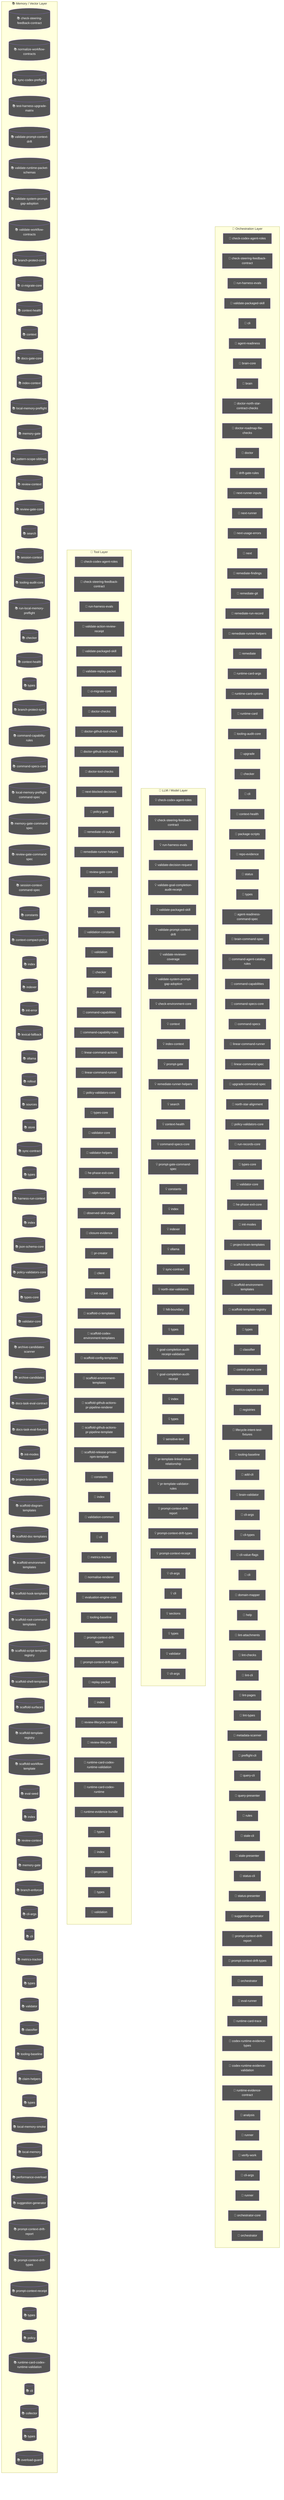
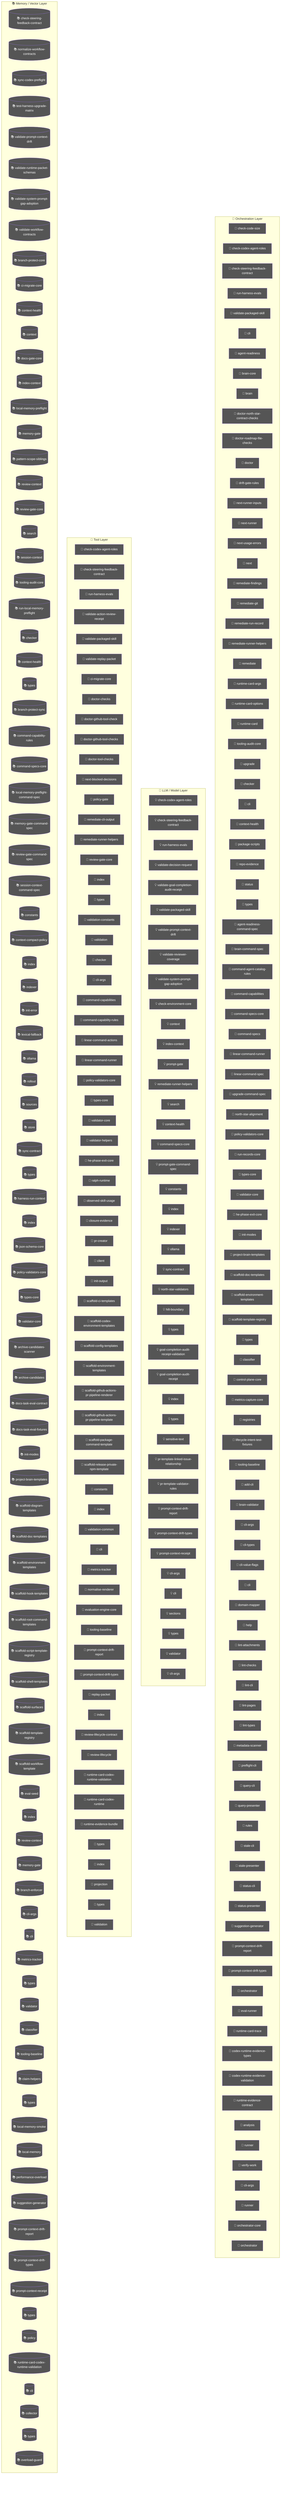
flowchart TD
  subgraph Orchestration["🎯 Orchestration Layer"]
+     check_code_size_9c5efc3a["🤖 check-code-size"]
    node_agent_mmd_orchestration_layer_orchestration_chec_7a9f0b64["🤖 check-codex-agent-roles"]
    node_agent_mmd_orchestration_layer_orchestration_chec_7fd47f5c["🤖 check-steering-feedback-contract"]
    node_agent_mmd_orchestration_layer_orchestration_run__18817957["🤖 run-harness-evals"]
    node_agent_mmd_orchestration_layer_orchestration_vali_c01b04be["🤖 validate-packaged-skill"]
    cli_99bb8840["🤖 cli"]
    agent_readiness_c82c68e6["🤖 agent-readiness"]
    brain_core_aa07c380["🤖 brain-core"]
    brain_bbbf7a64["🤖 brain"]
    doctor_north_star_contract_checks_0048124c["🤖 doctor-north-star-contract-checks"]
    doctor_roadmap_file_checks_14447b8e["🤖 doctor-roadmap-file-checks"]
    doctor_72f4be89["🤖 doctor"]
    drift_gate_rules_9685e72d["🤖 drift-gate-rules"]
    next_runner_inputs_754dba64["🤖 next-runner-inputs"]
    next_runner_41643472["🤖 next-runner"]
    next_usage_errors_837a345a["🤖 next-usage-errors"]
    next_c6c1c9a9["🤖 next"]
    remediate_findings_8b09c8c6["🤖 remediate-findings"]
    remediate_git_58c6f6f4["🤖 remediate-git"]
    remediate_run_record_9dfe5dc1["🤖 remediate-run-record"]
    node_agent_mmd_orchestration_layer_orchestration_reme_359fe98f["🤖 remediate-runner-helpers"]
    remediate_06b9c7fc["🤖 remediate"]
    runtime_card_args_2b3d4b28["🤖 runtime-card-args"]
    runtime_card_options_c9156ad5["🤖 runtime-card-options"]
    runtime_card_e06b53e1["🤖 runtime-card"]
    node_agent_mmd_orchestration_layer_orchestration_tool_acfe0c01["🤖 tooling-audit-core"]
    upgrade_7fef9479["🤖 upgrade"]
    node_agent_mmd_orchestration_layer_orchestration_chec_0550c395["🤖 checker"]
    cli_1_084e05fe["🤖 cli"]
    node_agent_mmd_orchestration_layer_orchestration_cont_61b3b9c9["🤖 context-health"]
    package_scripts_3ee6150f["🤖 package-scripts"]
    repo_evidence_38bb1de5["🤖 repo-evidence"]
    status_073c1634["🤖 status"]
    node_agent_mmd_orchestration_layer_orchestration_type_4f906dcc["🤖 types"]
    agent_readiness_command_spec_a30c2c1e["🤖 agent-readiness-command-spec"]
    brain_command_spec_15b122d5["🤖 brain-command-spec"]
    command_agent_catalog_rules_8e06b2af["🤖 command-agent-catalog-rules"]
    node_agent_mmd_orchestration_layer_orchestration_comm_6e41a7f7["🤖 command-capabilities"]
    node_agent_mmd_orchestration_layer_orchestration_comm_1f8cc24c["🤖 command-specs-core"]
    command_specs_69167c63["🤖 command-specs"]
    node_agent_mmd_orchestration_layer_orchestration_line_b67affd5["🤖 linear-command-runner"]
    linear_command_spec_1e12dd44["🤖 linear-command-spec"]
    upgrade_command_spec_03f6c7bd["🤖 upgrade-command-spec"]
    north_star_alignment_00440188["🤖 north-star-alignment"]
    node_agent_mmd_orchestration_layer_orchestration_poli_3270b55d["🤖 policy-validators-core"]
    run_records_core_89286dfa["🤖 run-records-core"]
    node_agent_mmd_orchestration_layer_orchestration_type_7cf81261["🤖 types-core"]
    node_agent_mmd_orchestration_layer_orchestration_vali_d9fe99e6["🤖 validator-core"]
    node_agent_mmd_orchestration_layer_orchestration_he_p_fc778c24["🤖 he-phase-exit-core"]
    node_agent_mmd_orchestration_layer_orchestration_init_2a9c3ecb["🤖 init-modes"]
    node_agent_mmd_orchestration_layer_orchestration_proj_6ab6f60f["🤖 project-brain-templates"]
    node_agent_mmd_orchestration_layer_orchestration_scaf_12cc07db["🤖 scaffold-doc-templates"]
    node_agent_mmd_orchestration_layer_orchestration_scaf_c9a90c2f["🤖 scaffold-environment-templates"]
    node_agent_mmd_orchestration_layer_orchestration_scaf_ff8f92f6["🤖 scaffold-template-registry"]
    types_16_0fae1112["🤖 types"]
    node_agent_mmd_orchestration_layer_orchestration_clas_899b821a["🤖 classifier"]
    control_plane_core_db3b4cb2["🤖 control-plane-core"]
    metrics_capture_core_db4bf7cf["🤖 metrics-capture-core"]
    registries_06402afa["🤖 registries"]
    lifecycle_intent_test_fixtures_a53c7ada["🤖 lifecycle-intent-test-fixtures"]
    node_agent_mmd_orchestration_layer_orchestration_tool_cc43149f["🤖 tooling-baseline"]
    add_cli_7614de25["🤖 add-cli"]
    brain_validator_be251832["🤖 brain-validator"]
    cli_args_8_d546936e["🤖 cli-args"]
    cli_types_1686e858["🤖 cli-types"]
    cli_value_flags_732a8e43["🤖 cli-value-flags"]
    cli_10_35dc8cbd["🤖 cli"]
    domain_mapper_cd9333d2["🤖 domain-mapper"]
    help_106a5842["🤖 help"]
    lint_attachments_873c0632["🤖 lint-attachments"]
    lint_checks_83522b19["🤖 lint-checks"]
    lint_cli_9ec62ec0["🤖 lint-cli"]
    lint_pages_e33301d0["🤖 lint-pages"]
    lint_types_2862c255["🤖 lint-types"]
    metadata_scanner_6a101b66["🤖 metadata-scanner"]
    preflight_cli_5d148379["🤖 preflight-cli"]
    query_cli_b95be64d["🤖 query-cli"]
    query_presenter_02e6077c["🤖 query-presenter"]
    rules_6c621d1a["🤖 rules"]
    stale_cli_64548720["🤖 stale-cli"]
    stale_presenter_1de4e3a2["🤖 stale-presenter"]
    status_cli_4c24a0d6["🤖 status-cli"]
    status_presenter_8de686c1["🤖 status-presenter"]
    node_agent_mmd_orchestration_layer_orchestration_sugg_85c5ebe3["🤖 suggestion-generator"]
    node_agent_mmd_orchestration_layer_orchestration_prom_d17b4de2["🤖 prompt-context-drift-report"]
    node_agent_mmd_orchestration_layer_orchestration_prom_77088997["🤖 prompt-context-drift-types"]
    orchestrator_11376b7e["🤖 orchestrator"]
    eval_runner_0966a6b3["🤖 eval-runner"]
    runtime_card_trace_64a5ca95["🤖 runtime-card-trace"]
    codex_runtime_evidence_types_f55808dd["🤖 codex-runtime-evidence-types"]
    codex_runtime_evidence_validation_d060a92d["🤖 codex-runtime-evidence-validation"]
    runtime_evidence_contract_0f7b15b2["🤖 runtime-evidence-contract"]
    analysis_f44e85c4["🤖 analysis"]
    runner_527aa9f4["🤖 runner"]
    verify_work_1_cd8e7ec3["🤖 verify-work"]
    cli_args_14_3481043e["🤖 cli-args"]
    runner_1_6f281bf8["🤖 runner"]
    orchestrator_core_d0678b53["🤖 orchestrator-core"]
    orchestrator_1_6b7137c5["🤖 orchestrator"]
  end
  subgraph LLMLayer["🧠 LLM / Model Layer"]
    node_agent_mmd_llm_model_layer_llmlayer_check_codex_a_29e7b7fa["💡 check-codex-agent-roles"]
    node_agent_mmd_llm_model_layer_llmlayer_check_steerin_0e1bf90d["💡 check-steering-feedback-contract"]
    node_agent_mmd_llm_model_layer_llmlayer_run_harness_e_603fcfdc["💡 run-harness-evals"]
    validate_decision_request_2e5c325e["💡 validate-decision-request"]
    validate_goal_completion_audit_receipt_100d252c["💡 validate-goal-completion-audit-receipt"]
    node_agent_mmd_llm_model_layer_llmlayer_validate_pack_2a12e1f4["💡 validate-packaged-skill"]
    node_agent_mmd_llm_model_layer_llmlayer_validate_prom_9880f764["💡 validate-prompt-context-drift"]
    validate_reviewer_coverage_251efee3["💡 validate-reviewer-coverage"]
    node_agent_mmd_llm_model_layer_llmlayer_validate_syst_5636156e["💡 validate-system-prompt-gap-adoption"]
    check_environment_core_2c16213f["💡 check-environment-core"]
    node_agent_mmd_llm_model_layer_llmlayer_context_conte_ad2dfbd9["💡 context"]
    node_agent_mmd_llm_model_layer_llmlayer_index_context_1041bd11["💡 index-context"]
    prompt_gate_c5e9d207["💡 prompt-gate"]
    node_agent_mmd_llm_model_layer_llmlayer_remediate_run_9e3d4585["💡 remediate-runner-helpers"]
    node_agent_mmd_llm_model_layer_llmlayer_search_search_66b9a911["💡 search"]
    node_agent_mmd_llm_model_layer_llmlayer_context_healt_cfc0bfa8["💡 context-health"]
    node_agent_mmd_llm_model_layer_llmlayer_command_specs_782af9fa["💡 command-specs-core"]
    prompt_gate_command_spec_9a941482["💡 prompt-gate-command-spec"]
    node_agent_mmd_llm_model_layer_llmlayer_constants_con_c9bd3f6c["💡 constants"]
    node_agent_mmd_llm_model_layer_llmlayer_index_index_1_02e160ff["💡 index"]
    node_agent_mmd_llm_model_layer_llmlayer_indexer_index_4f4deef5["💡 indexer"]
    node_agent_mmd_llm_model_layer_llmlayer_ollama_ollama_968b23fa["💡 ollama"]
    node_agent_mmd_llm_model_layer_llmlayer_sync_contract_9f3cc8c1["💡 sync-contract"]
    north_star_validators_cfc926ce["💡 north-star-validators"]
    hilt_boundary_9b36fb15["💡 hilt-boundary"]
    types_10_75e5a4a0["💡 types"]
    goal_completion_audit_receipt_validation_9d0f4891["💡 goal-completion-audit-receipt-validation"]
    goal_completion_audit_receipt_5e4939c3["💡 goal-completion-audit-receipt"]
    index_5_522f772a["💡 index"]
    node_agent_mmd_llm_model_layer_llmlayer_constants_con_c9bd3f6c["💡 constants"]
    types_17_ed30531c["💡 types"]
    sensitive_text_7c11f760["💡 sensitive-text"]
    pr_template_linked_issue_relationship_a7b61f2c["💡 pr-template-linked-issue-relationship"]
    pr_template_validator_rules_20a32d6b["💡 pr-template-validator-rules"]
    node_agent_mmd_llm_model_layer_llmlayer_index_index_1_02e160ff["💡 index"]
    node_agent_mmd_llm_model_layer_llmlayer_prompt_contex_81f9066a["💡 prompt-context-drift-report"]
    node_agent_mmd_llm_model_layer_llmlayer_prompt_contex_e5066b88["💡 prompt-context-drift-types"]
    node_agent_mmd_llm_model_layer_llmlayer_index_index_1_02e160ff["💡 index"]
    node_agent_mmd_llm_model_layer_llmlayer_prompt_contex_6426acc2["💡 prompt-context-receipt"]
    cli_args_9_9c136878["💡 cli-args"]
    cli_11_338a8415["💡 cli"]
    sections_4697ef32["💡 sections"]
    types_27_4d134744["💡 types"]
    validator_7_f836eb0e["💡 validator"]
    cli_args_10_861cdd3f["💡 cli-args"]
  end
  subgraph ToolLayer["🔧 Tool Layer"]
    node_agent_mmd_tool_layer_toollayer_check_codex_agent_4b361d5a["🔧 check-codex-agent-roles"]
    node_agent_mmd_tool_layer_toollayer_check_steering_fe_eafecf3a["🔧 check-steering-feedback-contract"]
    node_agent_mmd_tool_layer_toollayer_run_harness_evals_e2ee24f1["🔧 run-harness-evals"]
    validate_action_review_receipt_fa2f06c3["🔧 validate-action-review-receipt"]
    node_agent_mmd_tool_layer_toollayer_validate_packaged_2855c827["🔧 validate-packaged-skill"]
    validate_replay_packet_f309747e["🔧 validate-replay-packet"]
    node_agent_mmd_tool_layer_toollayer_ci_migrate_core_c_049f8460["🔧 ci-migrate-core"]
    doctor_checks_5a2eb2b9["🔧 doctor-checks"]
    doctor_github_tool_check_e0a938df["🔧 doctor-github-tool-check"]
    doctor_github_tool_checks_a53b0382["🔧 doctor-github-tool-checks"]
    doctor_tool_checks_4acac51a["🔧 doctor-tool-checks"]
    next_blocked_decisions_4140ad2b["🔧 next-blocked-decisions"]
    policy_gate_213f7313["🔧 policy-gate"]
    remediate_cli_output_cc165396["🔧 remediate-cli-output"]
    node_agent_mmd_tool_layer_toollayer_remediate_runner__c003b871["🔧 remediate-runner-helpers"]
    node_agent_mmd_tool_layer_toollayer_review_gate_core__7704598b["🔧 review-gate-core"]
    index_1bc04b52["🔧 index"]
    types_1_4ecdf56e["🔧 types"]
    validation_constants_e002a0f6["🔧 validation-constants"]
    validation_98c41dcd["🔧 validation"]
    node_agent_mmd_tool_layer_toollayer_checker_checker_2_453d593b["🔧 checker"]
    cli_args_1_6144b055["🔧 cli-args"]
    node_agent_mmd_tool_layer_toollayer_command_capabilit_7fe13db1["🔧 command-capabilities"]
    node_agent_mmd_tool_layer_toollayer_command_capabilit_e97a4615["🔧 command-capability-rules"]
    linear_command_actions_e430f4f4["🔧 linear-command-actions"]
    node_agent_mmd_tool_layer_toollayer_linear_command_ru_d6763748["🔧 linear-command-runner"]
    node_agent_mmd_tool_layer_toollayer_policy_validators_af136abf["🔧 policy-validators-core"]
    node_agent_mmd_tool_layer_toollayer_types_core_types__6c8319b6["🔧 types-core"]
    node_agent_mmd_tool_layer_toollayer_validator_core_va_6ef6131f["🔧 validator-core"]
    validator_helpers_7b927667["🔧 validator-helpers"]
    node_agent_mmd_tool_layer_toollayer_he_phase_exit_cor_af016160["🔧 he-phase-exit-core"]
    ralph_runtime_73d63c0e["🔧 ralph-runtime"]
    observed_skill_usage_ed7d5930["🔧 observed-skill-usage"]
    closure_evidence_aaa31467["🔧 closure-evidence"]
    pr_creator_dc6b1ea4["🔧 pr-creator"]
    client_948fe603["🔧 client"]
    init_output_360dce91["🔧 init-output"]
    scaffold_ci_templates_2afd6392["🔧 scaffold-ci-templates"]
    scaffold_codex_environment_templates_334fbbed["🔧 scaffold-codex-environment-templates"]
    scaffold_config_templates_4b80ce53["🔧 scaffold-config-templates"]
    node_agent_mmd_tool_layer_toollayer_scaffold_environm_c1afc013["🔧 scaffold-environment-templates"]
    scaffold_github_actions_pr_pipeline_renderer_1ee18de5["🔧 scaffold-github-actions-pr-pipeline-renderer"]
    scaffold_github_actions_pr_pipeline_template_e2b85f62["🔧 scaffold-github-actions-pr-pipeline-template"]
+     scaffold_package_command_template_80e32e83["🔧 scaffold-package-command-template"]
    scaffold_release_private_npm_template_075499f8["🔧 scaffold-release-private-npm-template"]
    node_agent_mmd_tool_layer_toollayer_constants_constan_9d71b829["🔧 constants"]
    index_9_32dd4d91["🔧 index"]
    validation_common_6161e48b["🔧 validation-common"]
    node_agent_mmd_tool_layer_toollayer_cli_cli_2_1_32d9eeaf["🔧 cli"]
    node_agent_mmd_tool_layer_toollayer_metrics_tracker_m_4c9237d8["🔧 metrics-tracker"]
    normalise_renderer_85f2e563["🔧 normalise-renderer"]
    evaluation_engine_core_e054fe49["🔧 evaluation-engine-core"]
    node_agent_mmd_tool_layer_toollayer_tooling_baseline__61e66e9f["🔧 tooling-baseline"]
    node_agent_mmd_tool_layer_toollayer_prompt_context_dr_a2772f2b["🔧 prompt-context-drift-report"]
    node_agent_mmd_tool_layer_toollayer_prompt_context_dr_bd82da46["🔧 prompt-context-drift-types"]
    replay_packet_a1293f88["🔧 replay-packet"]
    index_14_d982116c["🔧 index"]
    review_lifecycle_contract_e5447221["🔧 review-lifecycle-contract"]
    review_lifecycle_89afa64c["🔧 review-lifecycle"]
    node_agent_mmd_tool_layer_toollayer_runtime_card_code_3636ceac["🔧 runtime-card-codex-runtime-validation"]
    runtime_card_codex_runtime_0655e230["🔧 runtime-card-codex-runtime"]
    runtime_evidence_bundle_d471a232["🔧 runtime-evidence-bundle"]
    types_36_674380ec["🔧 types"]
    index_17_642943a2["🔧 index"]
    projection_1b250ea1["🔧 projection"]
    types_38_e8efcd57["🔧 types"]
    validation_7_c4e6d8b6["🔧 validation"]
  end
  subgraph MemoryLayer["📚 Memory / Vector Layer"]
    node_agent_mmd_memory_vector_layer_memorylayer_check__64c86928[("📚 check-steering-feedback-contract")]
    normalize_workflow_contracts_8701f1c8[("📚 normalize-workflow-contracts")]
    sync_codex_preflight_7e7a8dc2[("📚 sync-codex-preflight")]
    test_harness_upgrade_matrix_84113c4e[("📚 test-harness-upgrade-matrix")]
    node_agent_mmd_memory_vector_layer_memorylayer_valida_c52c4db8[("📚 validate-prompt-context-drift")]
    validate_runtime_packet_schemas_bc3ba8ec[("📚 validate-runtime-packet-schemas")]
    node_agent_mmd_memory_vector_layer_memorylayer_valida_db599a97[("📚 validate-system-prompt-gap-adoption")]
    validate_workflow_contracts_33dc063c[("📚 validate-workflow-contracts")]
    branch_protect_core_a8feb0fd[("📚 branch-protect-core")]
    node_agent_mmd_memory_vector_layer_memorylayer_ci_mig_0cd5b1a4[("📚 ci-migrate-core")]
    context_health_80bb7da9[("📚 context-health")]
    node_agent_mmd_memory_vector_layer_memorylayer_contex_78ceaaa9[("📚 context")]
    docs_gate_core_eb9b6c18[("📚 docs-gate-core")]
    node_agent_mmd_memory_vector_layer_memorylayer_index__6f3402d0[("📚 index-context")]
    local_memory_preflight_dcc36c42[("📚 local-memory-preflight")]
    memory_gate_a577a506[("📚 memory-gate")]
    pattern_scope_siblings_43abe000[("📚 pattern-scope-siblings")]
    review_context_ca6cf81d[("📚 review-context")]
    node_agent_mmd_memory_vector_layer_memorylayer_review_5bee9816[("📚 review-gate-core")]
    node_agent_mmd_memory_vector_layer_memorylayer_search_ac35cb7e[("📚 search")]
    session_context_e5ec72c0[("📚 session-context")]
    node_agent_mmd_memory_vector_layer_memorylayer_toolin_a1185b8f[("📚 tooling-audit-core")]
    run_local_memory_preflight_36e92808[("📚 run-local-memory-preflight")]
    node_agent_mmd_memory_vector_layer_memorylayer_checke_a583eb4f[("📚 checker")]
    node_agent_mmd_memory_vector_layer_memorylayer_contex_3204aa0e[("📚 context-health")]
    node_agent_mmd_memory_vector_layer_memorylayer_types__9ad640a0[("📚 types")]
    branch_protect_sync_570adb18[("📚 branch-protect-sync")]
    node_agent_mmd_memory_vector_layer_memorylayer_comman_c72a5d05[("📚 command-capability-rules")]
    node_agent_mmd_memory_vector_layer_memorylayer_comman_111eb454[("📚 command-specs-core")]
    local_memory_preflight_command_spec_9e23f3ce[("📚 local-memory-preflight-command-spec")]
    memory_gate_command_spec_dc9001a9[("📚 memory-gate-command-spec")]
    review_gate_command_spec_3187376a[("📚 review-gate-command-spec")]
    session_context_command_spec_973afbb1[("📚 session-context-command-spec")]
    node_agent_mmd_memory_vector_layer_memorylayer_consta_702d3f46[("📚 constants")]
    context_compact_policy_3dcaf95d[("📚 context-compact-policy")]
    node_agent_mmd_memory_vector_layer_memorylayer_index__752bc61e[("📚 index")]
    node_agent_mmd_memory_vector_layer_memorylayer_indexe_93e6d86f[("📚 indexer")]
    init_error_5c7dd49f[("📚 init-error")]
    lexical_fallback_723e2b3e[("📚 lexical-fallback")]
    node_agent_mmd_memory_vector_layer_memorylayer_ollama_6d51be16[("📚 ollama")]
    rollout_a4fa034c[("📚 rollout")]
    sources_878a52fc[("📚 sources")]
    store_824d80d7[("📚 store")]
    node_agent_mmd_memory_vector_layer_memorylayer_sync_c_e43418bc[("📚 sync-contract")]
    types_8_f6283648[("📚 types")]
    harness_run_context_ac7c77a9[("📚 harness-run-context")]
    index_4_013aa0e3[("📚 index")]
    json_schema_core_96d7e328[("📚 json-schema-core")]
    node_agent_mmd_memory_vector_layer_memorylayer_policy_1944de42[("📚 policy-validators-core")]
    node_agent_mmd_memory_vector_layer_memorylayer_types__83f369fa[("📚 types-core")]
    node_agent_mmd_memory_vector_layer_memorylayer_valida_41034356[("📚 validator-core")]
    archive_candidates_scanner_d0931789[("📚 archive-candidates-scanner")]
    archive_candidates_dc0e40e1[("📚 archive-candidates")]
    docs_task_eval_contract_79347457[("📚 docs-task-eval-contract")]
    docs_task_eval_fixtures_44902755[("📚 docs-task-eval-fixtures")]
    node_agent_mmd_memory_vector_layer_memorylayer_init_m_333d02c5[("📚 init-modes")]
    node_agent_mmd_memory_vector_layer_memorylayer_projec_3ae304d9[("📚 project-brain-templates")]
    scaffold_diagram_templates_dd88e83c[("📚 scaffold-diagram-templates")]
    node_agent_mmd_memory_vector_layer_memorylayer_scaffo_5fd73b94[("📚 scaffold-doc-templates")]
    node_agent_mmd_memory_vector_layer_memorylayer_scaffo_12b42341[("📚 scaffold-environment-templates")]
    scaffold_hook_templates_8c74ab50[("📚 scaffold-hook-templates")]
    scaffold_root_command_templates_404fed7f[("📚 scaffold-root-command-templates")]
    scaffold_script_template_registry_69312d4e[("📚 scaffold-script-template-registry")]
    scaffold_shell_templates_0ad0f915[("📚 scaffold-shell-templates")]
    scaffold_surfaces_12d6494e[("📚 scaffold-surfaces")]
    node_agent_mmd_memory_vector_layer_memorylayer_scaffo_a86eece1[("📚 scaffold-template-registry")]
    scaffold_workflow_template_92310587[("📚 scaffold-workflow-template")]
    eval_seed_5699fd3e[("📚 eval-seed")]
    index_10_f6785a46[("📚 index")]
    review_context_1_e3afed15[("📚 review-context")]
    memory_gate_1_265164ac[("📚 memory-gate")]
    branch_enforcer_acb749cd[("📚 branch-enforcer")]
    cli_args_5_09ea29f0[("📚 cli-args")]
    node_agent_mmd_memory_vector_layer_memorylayer_cli_cl_1f1f89ab[("📚 cli")]
    node_agent_mmd_memory_vector_layer_memorylayer_metric_12562178[("📚 metrics-tracker")]
    types_19_eb4ad5f0[("📚 types")]
    validator_5_b19ac2be[("📚 validator")]
    node_agent_mmd_memory_vector_layer_memorylayer_classi_1ebbf5ff[("📚 classifier")]
    node_agent_mmd_memory_vector_layer_memorylayer_toolin_14f86b00[("📚 tooling-baseline")]
    claim_helpers_20dc8387[("📚 claim-helpers")]
    types_24_c63dc1a7[("📚 types")]
    local_memory_smoke_1175abfc[("📚 local-memory-smoke")]
    local_memory_0db17ecc[("📚 local-memory")]
    performance_overload_c685bfcf[("📚 performance-overload")]
    node_agent_mmd_memory_vector_layer_memorylayer_sugges_267f408d[("📚 suggestion-generator")]
    node_agent_mmd_memory_vector_layer_memorylayer_index__752bc61e[("📚 index")]
    node_agent_mmd_memory_vector_layer_memorylayer_prompt_ae34fc43[("📚 prompt-context-drift-report")]
    node_agent_mmd_memory_vector_layer_memorylayer_prompt_efd77624[("📚 prompt-context-drift-types")]
    node_agent_mmd_memory_vector_layer_memorylayer_index__752bc61e[("📚 index")]
    node_agent_mmd_memory_vector_layer_memorylayer_prompt_55c0d605[("📚 prompt-context-receipt")]
    types_31_eb363e20[("📚 types")]
    policy_1_fc4198db[("📚 policy")]
    node_agent_mmd_memory_vector_layer_memorylayer_runtim_a5d23e7f[("📚 runtime-card-codex-runtime-validation")]
    cli_12_01c06c37[("📚 cli")]
    collector_0736fd5b[("📚 collector")]
    types_34_85e6a0bb[("📚 types")]
    overload_guard_2748c559[("📚 overload-guard")]
  end
  classDef agentNode fill:#555,color:#fff
-   class node_agent_mmd_orchestration_layer_orchestration_chec_7a9f0b64,node_agent_mmd_llm_model_layer_llmlayer_check_codex_a_29e7b7fa,node_agent_mmd_tool_layer_toollayer_check_codex_agent_4b361d5a,node_agent_mmd_orchestration_layer_orchestration_chec_7fd47f5c,node_agent_mmd_llm_model_layer_llmlayer_check_steerin_0e1bf90d,node_agent_mmd_tool_layer_toollayer_check_steering_fe_eafecf3a,node_agent_mmd_memory_vector_layer_memorylayer_check__64c86928,node_agent_mmd_orchestration_layer_orchestration_run__18817957,node_agent_mmd_llm_model_layer_llmlayer_run_harness_e_603fcfdc,node_agent_mmd_tool_layer_toollayer_run_harness_evals_e2ee24f1,node_agent_mmd_orchestration_layer_orchestration_vali_c01b04be,node_agent_mmd_llm_model_layer_llmlayer_validate_pack_2a12e1f4,node_agent_mmd_tool_layer_toollayer_validate_packaged_2855c827,cli_99bb8840,agent_readiness_c82c68e6,brain_core_aa07c380,brain_bbbf7a64,doctor_north_star_contract_checks_0048124c,doctor_roadmap_file_checks_14447b8e,doctor_72f4be89,drift_gate_rules_9685e72d,next_runner_inputs_754dba64,next_runner_41643472,next_usage_errors_837a345a,next_c6c1c9a9,remediate_findings_8b09c8c6,remediate_git_58c6f6f4,remediate_run_record_9dfe5dc1,node_agent_mmd_orchestration_layer_orchestration_reme_359fe98f,node_agent_mmd_llm_model_layer_llmlayer_remediate_run_9e3d4585,node_agent_mmd_tool_layer_toollayer_remediate_runner__c003b871,remediate_06b9c7fc,runtime_card_args_2b3d4b28,runtime_card_options_c9156ad5,runtime_card_e06b53e1,node_agent_mmd_orchestration_layer_orchestration_tool_acfe0c01,node_agent_mmd_memory_vector_layer_memorylayer_toolin_a1185b8f,upgrade_7fef9479,node_agent_mmd_orchestration_layer_orchestration_chec_0550c395,node_agent_mmd_tool_layer_toollayer_checker_checker_2_453d593b,node_agent_mmd_memory_vector_layer_memorylayer_checke_a583eb4f,cli_1_084e05fe,node_agent_mmd_orchestration_layer_orchestration_cont_61b3b9c9,node_agent_mmd_llm_model_layer_llmlayer_context_healt_cfc0bfa8,node_agent_mmd_memory_vector_layer_memorylayer_contex_3204aa0e,package_scripts_3ee6150f,repo_evidence_38bb1de5,status_073c1634,node_agent_mmd_orchestration_layer_orchestration_type_4f906dcc,node_agent_mmd_memory_vector_layer_memorylayer_types__9ad640a0,agent_readiness_command_spec_a30c2c1e,brain_command_spec_15b122d5,command_agent_catalog_rules_8e06b2af,node_agent_mmd_orchestration_layer_orchestration_comm_6e41a7f7,node_agent_mmd_tool_layer_toollayer_command_capabilit_7fe13db1,node_agent_mmd_orchestration_layer_orchestration_comm_1f8cc24c,node_agent_mmd_llm_model_layer_llmlayer_command_specs_782af9fa,node_agent_mmd_memory_vector_layer_memorylayer_comman_111eb454,command_specs_69167c63,node_agent_mmd_orchestration_layer_orchestration_line_b67affd5,node_agent_mmd_tool_layer_toollayer_linear_command_ru_d6763748,linear_command_spec_1e12dd44,upgrade_command_spec_03f6c7bd,north_star_alignment_00440188,node_agent_mmd_orchestration_layer_orchestration_poli_3270b55d,node_agent_mmd_tool_layer_toollayer_policy_validators_af136abf,node_agent_mmd_memory_vector_layer_memorylayer_policy_1944de42,run_records_core_89286dfa,node_agent_mmd_orchestration_layer_orchestration_type_7cf81261,node_agent_mmd_tool_layer_toollayer_types_core_types__6c8319b6,node_agent_mmd_memory_vector_layer_memorylayer_types__83f369fa,node_agent_mmd_orchestration_layer_orchestration_vali_d9fe99e6,node_agent_mmd_tool_layer_toollayer_validator_core_va_6ef6131f,node_agent_mmd_memory_vector_layer_memorylayer_valida_41034356,node_agent_mmd_orchestration_layer_orchestration_he_p_fc778c24,node_agent_mmd_tool_layer_toollayer_he_phase_exit_cor_af016160,node_agent_mmd_orchestration_layer_orchestration_init_2a9c3ecb,node_agent_mmd_memory_vector_layer_memorylayer_init_m_333d02c5,node_agent_mmd_orchestration_layer_orchestration_proj_6ab6f60f,node_agent_mmd_memory_vector_layer_memorylayer_projec_3ae304d9,node_agent_mmd_orchestration_layer_orchestration_scaf_12cc07db,node_agent_mmd_memory_vector_layer_memorylayer_scaffo_5fd73b94,node_agent_mmd_orchestration_layer_orchestration_scaf_c9a90c2f,node_agent_mmd_tool_layer_toollayer_scaffold_environm_c1afc013,node_agent_mmd_memory_vector_layer_memorylayer_scaffo_12b42341,node_agent_mmd_orchestration_layer_orchestration_scaf_ff8f92f6,node_agent_mmd_memory_vector_layer_memorylayer_scaffo_a86eece1,types_16_0fae1112,node_agent_mmd_orchestration_layer_orchestration_clas_899b821a,node_agent_mmd_memory_vector_layer_memorylayer_classi_1ebbf5ff,control_plane_core_db3b4cb2,metrics_capture_core_db4bf7cf,registries_06402afa,lifecycle_intent_test_fixtures_a53c7ada,node_agent_mmd_orchestration_layer_orchestration_tool_cc43149f,node_agent_mmd_tool_layer_toollayer_tooling_baseline__61e66e9f,node_agent_mmd_memory_vector_layer_memorylayer_toolin_14f86b00,add_cli_7614de25,brain_validator_be251832,cli_args_8_d546936e,cli_types_1686e858,cli_value_flags_732a8e43,cli_10_35dc8cbd,domain_mapper_cd9333d2,help_106a5842,lint_attachments_873c0632,lint_checks_83522b19,lint_cli_9ec62ec0,lint_pages_e33301d0,lint_types_2862c255,metadata_scanner_6a101b66,preflight_cli_5d148379,query_cli_b95be64d,query_presenter_02e6077c,rules_6c621d1a,stale_cli_64548720,stale_presenter_1de4e3a2,status_cli_4c24a0d6,status_presenter_8de686c1,node_agent_mmd_orchestration_layer_orchestration_sugg_85c5ebe3,node_agent_mmd_memory_vector_layer_memorylayer_sugges_267f408d,node_agent_mmd_orchestration_layer_orchestration_prom_d17b4de2,node_agent_mmd_llm_model_layer_llmlayer_prompt_contex_81f9066a,node_agent_mmd_tool_layer_toollayer_prompt_context_dr_a2772f2b,node_agent_mmd_memory_vector_layer_memorylayer_prompt_ae34fc43,node_agent_mmd_orchestration_layer_orchestration_prom_77088997,node_agent_mmd_llm_model_layer_llmlayer_prompt_contex_e5066b88,node_agent_mmd_tool_layer_toollayer_prompt_context_dr_bd82da46,node_agent_mmd_memory_vector_layer_memorylayer_prompt_efd77624,orchestrator_11376b7e,eval_runner_0966a6b3,runtime_card_trace_64a5ca95,codex_runtime_evidence_types_f55808dd,codex_runtime_evidence_validation_d060a92d,runtime_evidence_contract_0f7b15b2,analysis_f44e85c4,runner_527aa9f4,verify_work_1_cd8e7ec3,cli_args_14_3481043e,runner_1_6f281bf8,orchestrator_core_d0678b53,orchestrator_1_6b7137c5 agentNode
+   class check_code_size_9c5efc3a,node_agent_mmd_orchestration_layer_orchestration_chec_7a9f0b64,node_agent_mmd_llm_model_layer_llmlayer_check_codex_a_29e7b7fa,node_agent_mmd_tool_layer_toollayer_check_codex_agent_4b361d5a,node_agent_mmd_orchestration_layer_orchestration_chec_7fd47f5c,node_agent_mmd_llm_model_layer_llmlayer_check_steerin_0e1bf90d,node_agent_mmd_tool_layer_toollayer_check_steering_fe_eafecf3a,node_agent_mmd_memory_vector_layer_memorylayer_check__64c86928,node_agent_mmd_orchestration_layer_orchestration_run__18817957,node_agent_mmd_llm_model_layer_llmlayer_run_harness_e_603fcfdc,node_agent_mmd_tool_layer_toollayer_run_harness_evals_e2ee24f1,node_agent_mmd_orchestration_layer_orchestration_vali_c01b04be,node_agent_mmd_llm_model_layer_llmlayer_validate_pack_2a12e1f4,node_agent_mmd_tool_layer_toollayer_validate_packaged_2855c827,cli_99bb8840,agent_readiness_c82c68e6,brain_core_aa07c380,brain_bbbf7a64,doctor_north_star_contract_checks_0048124c,doctor_roadmap_file_checks_14447b8e,doctor_72f4be89,drift_gate_rules_9685e72d,next_runner_inputs_754dba64,next_runner_41643472,next_usage_errors_837a345a,next_c6c1c9a9,remediate_findings_8b09c8c6,remediate_git_58c6f6f4,remediate_run_record_9dfe5dc1,node_agent_mmd_orchestration_layer_orchestration_reme_359fe98f,node_agent_mmd_llm_model_layer_llmlayer_remediate_run_9e3d4585,node_agent_mmd_tool_layer_toollayer_remediate_runner__c003b871,remediate_06b9c7fc,runtime_card_args_2b3d4b28,runtime_card_options_c9156ad5,runtime_card_e06b53e1,node_agent_mmd_orchestration_layer_orchestration_tool_acfe0c01,node_agent_mmd_memory_vector_layer_memorylayer_toolin_a1185b8f,upgrade_7fef9479,node_agent_mmd_orchestration_layer_orchestration_chec_0550c395,node_agent_mmd_tool_layer_toollayer_checker_checker_2_453d593b,node_agent_mmd_memory_vector_layer_memorylayer_checke_a583eb4f,cli_1_084e05fe,node_agent_mmd_orchestration_layer_orchestration_cont_61b3b9c9,node_agent_mmd_llm_model_layer_llmlayer_context_healt_cfc0bfa8,node_agent_mmd_memory_vector_layer_memorylayer_contex_3204aa0e,package_scripts_3ee6150f,repo_evidence_38bb1de5,status_073c1634,node_agent_mmd_orchestration_layer_orchestration_type_4f906dcc,node_agent_mmd_memory_vector_layer_memorylayer_types__9ad640a0,agent_readiness_command_spec_a30c2c1e,brain_command_spec_15b122d5,command_agent_catalog_rules_8e06b2af,node_agent_mmd_orchestration_layer_orchestration_comm_6e41a7f7,node_agent_mmd_tool_layer_toollayer_command_capabilit_7fe13db1,node_agent_mmd_orchestration_layer_orchestration_comm_1f8cc24c,node_agent_mmd_llm_model_layer_llmlayer_command_specs_782af9fa,node_agent_mmd_memory_vector_layer_memorylayer_comman_111eb454,command_specs_69167c63,node_agent_mmd_orchestration_layer_orchestration_line_b67affd5,node_agent_mmd_tool_layer_toollayer_linear_command_ru_d6763748,linear_command_spec_1e12dd44,upgrade_command_spec_03f6c7bd,north_star_alignment_00440188,node_agent_mmd_orchestration_layer_orchestration_poli_3270b55d,node_agent_mmd_tool_layer_toollayer_policy_validators_af136abf,node_agent_mmd_memory_vector_layer_memorylayer_policy_1944de42,run_records_core_89286dfa,node_agent_mmd_orchestration_layer_orchestration_type_7cf81261,node_agent_mmd_tool_layer_toollayer_types_core_types__6c8319b6,node_agent_mmd_memory_vector_layer_memorylayer_types__83f369fa,node_agent_mmd_orchestration_layer_orchestration_vali_d9fe99e6,node_agent_mmd_tool_layer_toollayer_validator_core_va_6ef6131f,node_agent_mmd_memory_vector_layer_memorylayer_valida_41034356,node_agent_mmd_orchestration_layer_orchestration_he_p_fc778c24,node_agent_mmd_tool_layer_toollayer_he_phase_exit_cor_af016160,node_agent_mmd_orchestration_layer_orchestration_init_2a9c3ecb,node_agent_mmd_memory_vector_layer_memorylayer_init_m_333d02c5,node_agent_mmd_orchestration_layer_orchestration_proj_6ab6f60f,node_agent_mmd_memory_vector_layer_memorylayer_projec_3ae304d9,node_agent_mmd_orchestration_layer_orchestration_scaf_12cc07db,node_agent_mmd_memory_vector_layer_memorylayer_scaffo_5fd73b94,node_agent_mmd_orchestration_layer_orchestration_scaf_c9a90c2f,node_agent_mmd_tool_layer_toollayer_scaffold_environm_c1afc013,node_agent_mmd_memory_vector_layer_memorylayer_scaffo_12b42341,node_agent_mmd_orchestration_layer_orchestration_scaf_ff8f92f6,node_agent_mmd_memory_vector_layer_memorylayer_scaffo_a86eece1,types_16_0fae1112,node_agent_mmd_orchestration_layer_orchestration_clas_899b821a,node_agent_mmd_memory_vector_layer_memorylayer_classi_1ebbf5ff,control_plane_core_db3b4cb2,metrics_capture_core_db4bf7cf,registries_06402afa,lifecycle_intent_test_fixtures_a53c7ada,node_agent_mmd_orchestration_layer_orchestration_tool_cc43149f,node_agent_mmd_tool_layer_toollayer_tooling_baseline__61e66e9f,node_agent_mmd_memory_vector_layer_memorylayer_toolin_14f86b00,add_cli_7614de25,brain_validator_be251832,cli_args_8_d546936e,cli_types_1686e858,cli_value_flags_732a8e43,cli_10_35dc8cbd,domain_mapper_cd9333d2,help_106a5842,lint_attachments_873c0632,lint_checks_83522b19,lint_cli_9ec62ec0,lint_pages_e33301d0,lint_types_2862c255,metadata_scanner_6a101b66,preflight_cli_5d148379,query_cli_b95be64d,query_presenter_02e6077c,rules_6c621d1a,stale_cli_64548720,stale_presenter_1de4e3a2,status_cli_4c24a0d6,status_presenter_8de686c1,node_agent_mmd_orchestration_layer_orchestration_sugg_85c5ebe3,node_agent_mmd_memory_vector_layer_memorylayer_sugges_267f408d,node_agent_mmd_orchestration_layer_orchestration_prom_d17b4de2,node_agent_mmd_llm_model_layer_llmlayer_prompt_contex_81f9066a,node_agent_mmd_tool_layer_toollayer_prompt_context_dr_a2772f2b,node_agent_mmd_memory_vector_layer_memorylayer_prompt_ae34fc43,node_agent_mmd_orchestration_layer_orchestration_prom_77088997,node_agent_mmd_llm_model_layer_llmlayer_prompt_contex_e5066b88,node_agent_mmd_tool_layer_toollayer_prompt_context_dr_bd82da46,node_agent_mmd_memory_vector_layer_memorylayer_prompt_efd77624,orchestrator_11376b7e,eval_runner_0966a6b3,runtime_card_trace_64a5ca95,codex_runtime_evidence_types_f55808dd,codex_runtime_evidence_validation_d060a92d,runtime_evidence_contract_0f7b15b2,analysis_f44e85c4,runner_527aa9f4,verify_work_1_cd8e7ec3,cli_args_14_3481043e,runner_1_6f281bf8,orchestrator_core_d0678b53,orchestrator_1_6b7137c5 agentNode
  classDef llmNode fill:#555,color:#fff
  class node_agent_mmd_orchestration_layer_orchestration_chec_7a9f0b64,node_agent_mmd_llm_model_layer_llmlayer_check_codex_a_29e7b7fa,node_agent_mmd_tool_layer_toollayer_check_codex_agent_4b361d5a,node_agent_mmd_orchestration_layer_orchestration_chec_7fd47f5c,node_agent_mmd_llm_model_layer_llmlayer_check_steerin_0e1bf90d,node_agent_mmd_tool_layer_toollayer_check_steering_fe_eafecf3a,node_agent_mmd_memory_vector_layer_memorylayer_check__64c86928,node_agent_mmd_orchestration_layer_orchestration_run__18817957,node_agent_mmd_llm_model_layer_llmlayer_run_harness_e_603fcfdc,node_agent_mmd_tool_layer_toollayer_run_harness_evals_e2ee24f1,validate_decision_request_2e5c325e,validate_goal_completion_audit_receipt_100d252c,node_agent_mmd_orchestration_layer_orchestration_vali_c01b04be,node_agent_mmd_llm_model_layer_llmlayer_validate_pack_2a12e1f4,node_agent_mmd_tool_layer_toollayer_validate_packaged_2855c827,node_agent_mmd_llm_model_layer_llmlayer_validate_prom_9880f764,node_agent_mmd_memory_vector_layer_memorylayer_valida_c52c4db8,validate_reviewer_coverage_251efee3,node_agent_mmd_llm_model_layer_llmlayer_validate_syst_5636156e,node_agent_mmd_memory_vector_layer_memorylayer_valida_db599a97,check_environment_core_2c16213f,node_agent_mmd_llm_model_layer_llmlayer_context_conte_ad2dfbd9,node_agent_mmd_memory_vector_layer_memorylayer_contex_78ceaaa9,node_agent_mmd_llm_model_layer_llmlayer_index_context_1041bd11,node_agent_mmd_memory_vector_layer_memorylayer_index__6f3402d0,prompt_gate_c5e9d207,node_agent_mmd_orchestration_layer_orchestration_reme_359fe98f,node_agent_mmd_llm_model_layer_llmlayer_remediate_run_9e3d4585,node_agent_mmd_tool_layer_toollayer_remediate_runner__c003b871,node_agent_mmd_llm_model_layer_llmlayer_search_search_66b9a911,node_agent_mmd_memory_vector_layer_memorylayer_search_ac35cb7e,node_agent_mmd_orchestration_layer_orchestration_cont_61b3b9c9,node_agent_mmd_llm_model_layer_llmlayer_context_healt_cfc0bfa8,node_agent_mmd_memory_vector_layer_memorylayer_contex_3204aa0e,node_agent_mmd_orchestration_layer_orchestration_comm_1f8cc24c,node_agent_mmd_llm_model_layer_llmlayer_command_specs_782af9fa,node_agent_mmd_memory_vector_layer_memorylayer_comman_111eb454,prompt_gate_command_spec_9a941482,node_agent_mmd_llm_model_layer_llmlayer_constants_con_c9bd3f6c,node_agent_mmd_memory_vector_layer_memorylayer_consta_702d3f46,node_agent_mmd_llm_model_layer_llmlayer_index_index_1_02e160ff,node_agent_mmd_memory_vector_layer_memorylayer_index__752bc61e,node_agent_mmd_llm_model_layer_llmlayer_indexer_index_4f4deef5,node_agent_mmd_memory_vector_layer_memorylayer_indexe_93e6d86f,node_agent_mmd_llm_model_layer_llmlayer_ollama_ollama_968b23fa,node_agent_mmd_memory_vector_layer_memorylayer_ollama_6d51be16,node_agent_mmd_llm_model_layer_llmlayer_sync_contract_9f3cc8c1,node_agent_mmd_memory_vector_layer_memorylayer_sync_c_e43418bc,north_star_validators_cfc926ce,hilt_boundary_9b36fb15,types_10_75e5a4a0,goal_completion_audit_receipt_validation_9d0f4891,goal_completion_audit_receipt_5e4939c3,index_5_522f772a,node_agent_mmd_tool_layer_toollayer_constants_constan_9d71b829,types_17_ed30531c,sensitive_text_7c11f760,pr_template_linked_issue_relationship_a7b61f2c,pr_template_validator_rules_20a32d6b,node_agent_mmd_orchestration_layer_orchestration_prom_d17b4de2,node_agent_mmd_llm_model_layer_llmlayer_prompt_contex_81f9066a,node_agent_mmd_tool_layer_toollayer_prompt_context_dr_a2772f2b,node_agent_mmd_memory_vector_layer_memorylayer_prompt_ae34fc43,node_agent_mmd_orchestration_layer_orchestration_prom_77088997,node_agent_mmd_llm_model_layer_llmlayer_prompt_contex_e5066b88,node_agent_mmd_tool_layer_toollayer_prompt_context_dr_bd82da46,node_agent_mmd_memory_vector_layer_memorylayer_prompt_efd77624,node_agent_mmd_llm_model_layer_llmlayer_prompt_contex_6426acc2,node_agent_mmd_memory_vector_layer_memorylayer_prompt_55c0d605,cli_args_9_9c136878,cli_11_338a8415,sections_4697ef32,types_27_4d134744,validator_7_f836eb0e,cli_args_10_861cdd3f llmNode
  classDef toolNode fill:#555,color:#fff
-   class node_agent_mmd_orchestration_layer_orchestration_chec_7a9f0b64,node_agent_mmd_llm_model_layer_llmlayer_check_codex_a_29e7b7fa,node_agent_mmd_tool_layer_toollayer_check_codex_agent_4b361d5a,node_agent_mmd_orchestration_layer_orchestration_chec_7fd47f5c,node_agent_mmd_llm_model_layer_llmlayer_check_steerin_0e1bf90d,node_agent_mmd_tool_layer_toollayer_check_steering_fe_eafecf3a,node_agent_mmd_memory_vector_layer_memorylayer_check__64c86928,node_agent_mmd_orchestration_layer_orchestration_run__18817957,node_agent_mmd_llm_model_layer_llmlayer_run_harness_e_603fcfdc,node_agent_mmd_tool_layer_toollayer_run_harness_evals_e2ee24f1,validate_action_review_receipt_fa2f06c3,node_agent_mmd_orchestration_layer_orchestration_vali_c01b04be,node_agent_mmd_llm_model_layer_llmlayer_validate_pack_2a12e1f4,node_agent_mmd_tool_layer_toollayer_validate_packaged_2855c827,validate_replay_packet_f309747e,node_agent_mmd_tool_layer_toollayer_ci_migrate_core_c_049f8460,node_agent_mmd_memory_vector_layer_memorylayer_ci_mig_0cd5b1a4,doctor_checks_5a2eb2b9,doctor_github_tool_check_e0a938df,doctor_github_tool_checks_a53b0382,doctor_tool_checks_4acac51a,next_blocked_decisions_4140ad2b,policy_gate_213f7313,remediate_cli_output_cc165396,node_agent_mmd_orchestration_layer_orchestration_reme_359fe98f,node_agent_mmd_llm_model_layer_llmlayer_remediate_run_9e3d4585,node_agent_mmd_tool_layer_toollayer_remediate_runner__c003b871,node_agent_mmd_tool_layer_toollayer_review_gate_core__7704598b,node_agent_mmd_memory_vector_layer_memorylayer_review_5bee9816,index_1bc04b52,types_1_4ecdf56e,validation_constants_e002a0f6,validation_98c41dcd,node_agent_mmd_orchestration_layer_orchestration_chec_0550c395,node_agent_mmd_tool_layer_toollayer_checker_checker_2_453d593b,node_agent_mmd_memory_vector_layer_memorylayer_checke_a583eb4f,cli_args_1_6144b055,node_agent_mmd_orchestration_layer_orchestration_comm_6e41a7f7,node_agent_mmd_tool_layer_toollayer_command_capabilit_7fe13db1,node_agent_mmd_tool_layer_toollayer_command_capabilit_e97a4615,node_agent_mmd_memory_vector_layer_memorylayer_comman_c72a5d05,linear_command_actions_e430f4f4,node_agent_mmd_orchestration_layer_orchestration_line_b67affd5,node_agent_mmd_tool_layer_toollayer_linear_command_ru_d6763748,node_agent_mmd_orchestration_layer_orchestration_poli_3270b55d,node_agent_mmd_tool_layer_toollayer_policy_validators_af136abf,node_agent_mmd_memory_vector_layer_memorylayer_policy_1944de42,node_agent_mmd_orchestration_layer_orchestration_type_7cf81261,node_agent_mmd_tool_layer_toollayer_types_core_types__6c8319b6,node_agent_mmd_memory_vector_layer_memorylayer_types__83f369fa,node_agent_mmd_orchestration_layer_orchestration_vali_d9fe99e6,node_agent_mmd_tool_layer_toollayer_validator_core_va_6ef6131f,node_agent_mmd_memory_vector_layer_memorylayer_valida_41034356,validator_helpers_7b927667,node_agent_mmd_orchestration_layer_orchestration_he_p_fc778c24,node_agent_mmd_tool_layer_toollayer_he_phase_exit_cor_af016160,ralph_runtime_73d63c0e,observed_skill_usage_ed7d5930,closure_evidence_aaa31467,pr_creator_dc6b1ea4,client_948fe603,init_output_360dce91,scaffold_ci_templates_2afd6392,scaffold_codex_environment_templates_334fbbed,scaffold_config_templates_4b80ce53,node_agent_mmd_orchestration_layer_orchestration_scaf_c9a90c2f,node_agent_mmd_tool_layer_toollayer_scaffold_environm_c1afc013,node_agent_mmd_memory_vector_layer_memorylayer_scaffo_12b42341,scaffold_github_actions_pr_pipeline_renderer_1ee18de5,scaffold_github_actions_pr_pipeline_template_e2b85f62,scaffold_release_private_npm_template_075499f8,node_agent_mmd_llm_model_layer_llmlayer_constants_con_c9bd3f6c,node_agent_mmd_tool_layer_toollayer_constants_constan_9d71b829,index_9_32dd4d91,validation_common_6161e48b,node_agent_mmd_tool_layer_toollayer_cli_cli_2_1_32d9eeaf,node_agent_mmd_memory_vector_layer_memorylayer_cli_cl_1f1f89ab,node_agent_mmd_tool_layer_toollayer_metrics_tracker_m_4c9237d8,node_agent_mmd_memory_vector_layer_memorylayer_metric_12562178,normalise_renderer_85f2e563,evaluation_engine_core_e054fe49,node_agent_mmd_orchestration_layer_orchestration_tool_cc43149f,node_agent_mmd_tool_layer_toollayer_tooling_baseline__61e66e9f,node_agent_mmd_memory_vector_layer_memorylayer_toolin_14f86b00,node_agent_mmd_orchestration_layer_orchestration_prom_d17b4de2,node_agent_mmd_llm_model_layer_llmlayer_prompt_contex_81f9066a,node_agent_mmd_tool_layer_toollayer_prompt_context_dr_a2772f2b,node_agent_mmd_memory_vector_layer_memorylayer_prompt_ae34fc43,node_agent_mmd_orchestration_layer_orchestration_prom_77088997,node_agent_mmd_llm_model_layer_llmlayer_prompt_contex_e5066b88,node_agent_mmd_tool_layer_toollayer_prompt_context_dr_bd82da46,node_agent_mmd_memory_vector_layer_memorylayer_prompt_efd77624,replay_packet_a1293f88,index_14_d982116c,review_lifecycle_contract_e5447221,review_lifecycle_89afa64c,node_agent_mmd_tool_layer_toollayer_runtime_card_code_3636ceac,node_agent_mmd_memory_vector_layer_memorylayer_runtim_a5d23e7f,runtime_card_codex_runtime_0655e230,runtime_evidence_bundle_d471a232,types_36_674380ec,index_17_642943a2,projection_1b250ea1,types_38_e8efcd57,validation_7_c4e6d8b6 toolNode
+   class node_agent_mmd_orchestration_layer_orchestration_chec_7a9f0b64,node_agent_mmd_llm_model_layer_llmlayer_check_codex_a_29e7b7fa,node_agent_mmd_tool_layer_toollayer_check_codex_agent_4b361d5a,node_agent_mmd_orchestration_layer_orchestration_chec_7fd47f5c,node_agent_mmd_llm_model_layer_llmlayer_check_steerin_0e1bf90d,node_agent_mmd_tool_layer_toollayer_check_steering_fe_eafecf3a,node_agent_mmd_memory_vector_layer_memorylayer_check__64c86928,node_agent_mmd_orchestration_layer_orchestration_run__18817957,node_agent_mmd_llm_model_layer_llmlayer_run_harness_e_603fcfdc,node_agent_mmd_tool_layer_toollayer_run_harness_evals_e2ee24f1,validate_action_review_receipt_fa2f06c3,node_agent_mmd_orchestration_layer_orchestration_vali_c01b04be,node_agent_mmd_llm_model_layer_llmlayer_validate_pack_2a12e1f4,node_agent_mmd_tool_layer_toollayer_validate_packaged_2855c827,validate_replay_packet_f309747e,node_agent_mmd_tool_layer_toollayer_ci_migrate_core_c_049f8460,node_agent_mmd_memory_vector_layer_memorylayer_ci_mig_0cd5b1a4,doctor_checks_5a2eb2b9,doctor_github_tool_check_e0a938df,doctor_github_tool_checks_a53b0382,doctor_tool_checks_4acac51a,next_blocked_decisions_4140ad2b,policy_gate_213f7313,remediate_cli_output_cc165396,node_agent_mmd_orchestration_layer_orchestration_reme_359fe98f,node_agent_mmd_llm_model_layer_llmlayer_remediate_run_9e3d4585,node_agent_mmd_tool_layer_toollayer_remediate_runner__c003b871,node_agent_mmd_tool_layer_toollayer_review_gate_core__7704598b,node_agent_mmd_memory_vector_layer_memorylayer_review_5bee9816,index_1bc04b52,types_1_4ecdf56e,validation_constants_e002a0f6,validation_98c41dcd,node_agent_mmd_orchestration_layer_orchestration_chec_0550c395,node_agent_mmd_tool_layer_toollayer_checker_checker_2_453d593b,node_agent_mmd_memory_vector_layer_memorylayer_checke_a583eb4f,cli_args_1_6144b055,node_agent_mmd_orchestration_layer_orchestration_comm_6e41a7f7,node_agent_mmd_tool_layer_toollayer_command_capabilit_7fe13db1,node_agent_mmd_tool_layer_toollayer_command_capabilit_e97a4615,node_agent_mmd_memory_vector_layer_memorylayer_comman_c72a5d05,linear_command_actions_e430f4f4,node_agent_mmd_orchestration_layer_orchestration_line_b67affd5,node_agent_mmd_tool_layer_toollayer_linear_command_ru_d6763748,node_agent_mmd_orchestration_layer_orchestration_poli_3270b55d,node_agent_mmd_tool_layer_toollayer_policy_validators_af136abf,node_agent_mmd_memory_vector_layer_memorylayer_policy_1944de42,node_agent_mmd_orchestration_layer_orchestration_type_7cf81261,node_agent_mmd_tool_layer_toollayer_types_core_types__6c8319b6,node_agent_mmd_memory_vector_layer_memorylayer_types__83f369fa,node_agent_mmd_orchestration_layer_orchestration_vali_d9fe99e6,node_agent_mmd_tool_layer_toollayer_validator_core_va_6ef6131f,node_agent_mmd_memory_vector_layer_memorylayer_valida_41034356,validator_helpers_7b927667,node_agent_mmd_orchestration_layer_orchestration_he_p_fc778c24,node_agent_mmd_tool_layer_toollayer_he_phase_exit_cor_af016160,ralph_runtime_73d63c0e,observed_skill_usage_ed7d5930,closure_evidence_aaa31467,pr_creator_dc6b1ea4,client_948fe603,init_output_360dce91,scaffold_ci_templates_2afd6392,scaffold_codex_environment_templates_334fbbed,scaffold_config_templates_4b80ce53,node_agent_mmd_orchestration_layer_orchestration_scaf_c9a90c2f,node_agent_mmd_tool_layer_toollayer_scaffold_environm_c1afc013,node_agent_mmd_memory_vector_layer_memorylayer_scaffo_12b42341,scaffold_github_actions_pr_pipeline_renderer_1ee18de5,scaffold_github_actions_pr_pipeline_template_e2b85f62,scaffold_package_command_template_80e32e83,scaffold_release_private_npm_template_075499f8,node_agent_mmd_llm_model_layer_llmlayer_constants_con_c9bd3f6c,node_agent_mmd_tool_layer_toollayer_constants_constan_9d71b829,index_9_32dd4d91,validation_common_6161e48b,node_agent_mmd_tool_layer_toollayer_cli_cli_2_1_32d9eeaf,node_agent_mmd_memory_vector_layer_memorylayer_cli_cl_1f1f89ab,node_agent_mmd_tool_layer_toollayer_metrics_tracker_m_4c9237d8,node_agent_mmd_memory_vector_layer_memorylayer_metric_12562178,normalise_renderer_85f2e563,evaluation_engine_core_e054fe49,node_agent_mmd_orchestration_layer_orchestration_tool_cc43149f,node_agent_mmd_tool_layer_toollayer_tooling_baseline__61e66e9f,node_agent_mmd_memory_vector_layer_memorylayer_toolin_14f86b00,node_agent_mmd_orchestration_layer_orchestration_prom_d17b4de2,node_agent_mmd_llm_model_layer_llmlayer_prompt_contex_81f9066a,node_agent_mmd_tool_layer_toollayer_prompt_context_dr_a2772f2b,node_agent_mmd_memory_vector_layer_memorylayer_prompt_ae34fc43,node_agent_mmd_orchestration_layer_orchestration_prom_77088997,node_agent_mmd_llm_model_layer_llmlayer_prompt_contex_e5066b88,node_agent_mmd_tool_layer_toollayer_prompt_context_dr_bd82da46,node_agent_mmd_memory_vector_layer_memorylayer_prompt_efd77624,replay_packet_a1293f88,index_14_d982116c,review_lifecycle_contract_e5447221,review_lifecycle_89afa64c,node_agent_mmd_tool_layer_toollayer_runtime_card_code_3636ceac,node_agent_mmd_memory_vector_layer_memorylayer_runtim_a5d23e7f,runtime_card_codex_runtime_0655e230,runtime_evidence_bundle_d471a232,types_36_674380ec,index_17_642943a2,projection_1b250ea1,types_38_e8efcd57,validation_7_c4e6d8b6 toolNode
  classDef memNode fill:#555,color:#fff
  class node_agent_mmd_orchestration_layer_orchestration_chec_7fd47f5c,node_agent_mmd_llm_model_layer_llmlayer_check_steerin_0e1bf90d,node_agent_mmd_tool_layer_toollayer_check_steering_fe_eafecf3a,node_agent_mmd_memory_vector_layer_memorylayer_check__64c86928,normalize_workflow_contracts_8701f1c8,sync_codex_preflight_7e7a8dc2,test_harness_upgrade_matrix_84113c4e,node_agent_mmd_llm_model_layer_llmlayer_validate_prom_9880f764,node_agent_mmd_memory_vector_layer_memorylayer_valida_c52c4db8,validate_runtime_packet_schemas_bc3ba8ec,node_agent_mmd_llm_model_layer_llmlayer_validate_syst_5636156e,node_agent_mmd_memory_vector_layer_memorylayer_valida_db599a97,validate_workflow_contracts_33dc063c,branch_protect_core_a8feb0fd,node_agent_mmd_tool_layer_toollayer_ci_migrate_core_c_049f8460,node_agent_mmd_memory_vector_layer_memorylayer_ci_mig_0cd5b1a4,context_health_80bb7da9,node_agent_mmd_llm_model_layer_llmlayer_context_conte_ad2dfbd9,node_agent_mmd_memory_vector_layer_memorylayer_contex_78ceaaa9,docs_gate_core_eb9b6c18,node_agent_mmd_llm_model_layer_llmlayer_index_context_1041bd11,node_agent_mmd_memory_vector_layer_memorylayer_index__6f3402d0,local_memory_preflight_dcc36c42,memory_gate_a577a506,pattern_scope_siblings_43abe000,review_context_ca6cf81d,node_agent_mmd_tool_layer_toollayer_review_gate_core__7704598b,node_agent_mmd_memory_vector_layer_memorylayer_review_5bee9816,node_agent_mmd_llm_model_layer_llmlayer_search_search_66b9a911,node_agent_mmd_memory_vector_layer_memorylayer_search_ac35cb7e,session_context_e5ec72c0,node_agent_mmd_orchestration_layer_orchestration_tool_acfe0c01,node_agent_mmd_memory_vector_layer_memorylayer_toolin_a1185b8f,run_local_memory_preflight_36e92808,node_agent_mmd_orchestration_layer_orchestration_chec_0550c395,node_agent_mmd_tool_layer_toollayer_checker_checker_2_453d593b,node_agent_mmd_memory_vector_layer_memorylayer_checke_a583eb4f,node_agent_mmd_orchestration_layer_orchestration_cont_61b3b9c9,node_agent_mmd_llm_model_layer_llmlayer_context_healt_cfc0bfa8,node_agent_mmd_memory_vector_layer_memorylayer_contex_3204aa0e,node_agent_mmd_orchestration_layer_orchestration_type_4f906dcc,node_agent_mmd_memory_vector_layer_memorylayer_types__9ad640a0,branch_protect_sync_570adb18,node_agent_mmd_tool_layer_toollayer_command_capabilit_e97a4615,node_agent_mmd_memory_vector_layer_memorylayer_comman_c72a5d05,node_agent_mmd_orchestration_layer_orchestration_comm_1f8cc24c,node_agent_mmd_llm_model_layer_llmlayer_command_specs_782af9fa,node_agent_mmd_memory_vector_layer_memorylayer_comman_111eb454,local_memory_preflight_command_spec_9e23f3ce,memory_gate_command_spec_dc9001a9,review_gate_command_spec_3187376a,session_context_command_spec_973afbb1,node_agent_mmd_llm_model_layer_llmlayer_constants_con_c9bd3f6c,node_agent_mmd_memory_vector_layer_memorylayer_consta_702d3f46,context_compact_policy_3dcaf95d,node_agent_mmd_llm_model_layer_llmlayer_index_index_1_02e160ff,node_agent_mmd_memory_vector_layer_memorylayer_index__752bc61e,node_agent_mmd_llm_model_layer_llmlayer_indexer_index_4f4deef5,node_agent_mmd_memory_vector_layer_memorylayer_indexe_93e6d86f,init_error_5c7dd49f,lexical_fallback_723e2b3e,node_agent_mmd_llm_model_layer_llmlayer_ollama_ollama_968b23fa,node_agent_mmd_memory_vector_layer_memorylayer_ollama_6d51be16,rollout_a4fa034c,sources_878a52fc,store_824d80d7,node_agent_mmd_llm_model_layer_llmlayer_sync_contract_9f3cc8c1,node_agent_mmd_memory_vector_layer_memorylayer_sync_c_e43418bc,types_8_f6283648,harness_run_context_ac7c77a9,index_4_013aa0e3,json_schema_core_96d7e328,node_agent_mmd_orchestration_layer_orchestration_poli_3270b55d,node_agent_mmd_tool_layer_toollayer_policy_validators_af136abf,node_agent_mmd_memory_vector_layer_memorylayer_policy_1944de42,node_agent_mmd_orchestration_layer_orchestration_type_7cf81261,node_agent_mmd_tool_layer_toollayer_types_core_types__6c8319b6,node_agent_mmd_memory_vector_layer_memorylayer_types__83f369fa,node_agent_mmd_orchestration_layer_orchestration_vali_d9fe99e6,node_agent_mmd_tool_layer_toollayer_validator_core_va_6ef6131f,node_agent_mmd_memory_vector_layer_memorylayer_valida_41034356,archive_candidates_scanner_d0931789,archive_candidates_dc0e40e1,docs_task_eval_contract_79347457,docs_task_eval_fixtures_44902755,node_agent_mmd_orchestration_layer_orchestration_init_2a9c3ecb,node_agent_mmd_memory_vector_layer_memorylayer_init_m_333d02c5,node_agent_mmd_orchestration_layer_orchestration_proj_6ab6f60f,node_agent_mmd_memory_vector_layer_memorylayer_projec_3ae304d9,scaffold_diagram_templates_dd88e83c,node_agent_mmd_orchestration_layer_orchestration_scaf_12cc07db,node_agent_mmd_memory_vector_layer_memorylayer_scaffo_5fd73b94,node_agent_mmd_orchestration_layer_orchestration_scaf_c9a90c2f,node_agent_mmd_tool_layer_toollayer_scaffold_environm_c1afc013,node_agent_mmd_memory_vector_layer_memorylayer_scaffo_12b42341,scaffold_hook_templates_8c74ab50,scaffold_root_command_templates_404fed7f,scaffold_script_template_registry_69312d4e,scaffold_shell_templates_0ad0f915,scaffold_surfaces_12d6494e,node_agent_mmd_orchestration_layer_orchestration_scaf_ff8f92f6,node_agent_mmd_memory_vector_layer_memorylayer_scaffo_a86eece1,scaffold_workflow_template_92310587,eval_seed_5699fd3e,index_10_f6785a46,review_context_1_e3afed15,memory_gate_1_265164ac,branch_enforcer_acb749cd,cli_args_5_09ea29f0,node_agent_mmd_tool_layer_toollayer_cli_cli_2_1_32d9eeaf,node_agent_mmd_memory_vector_layer_memorylayer_cli_cl_1f1f89ab,node_agent_mmd_tool_layer_toollayer_metrics_tracker_m_4c9237d8,node_agent_mmd_memory_vector_layer_memorylayer_metric_12562178,types_19_eb4ad5f0,validator_5_b19ac2be,node_agent_mmd_orchestration_layer_orchestration_clas_899b821a,node_agent_mmd_memory_vector_layer_memorylayer_classi_1ebbf5ff,node_agent_mmd_orchestration_layer_orchestration_tool_cc43149f,node_agent_mmd_tool_layer_toollayer_tooling_baseline__61e66e9f,node_agent_mmd_memory_vector_layer_memorylayer_toolin_14f86b00,claim_helpers_20dc8387,types_24_c63dc1a7,local_memory_smoke_1175abfc,local_memory_0db17ecc,performance_overload_c685bfcf,node_agent_mmd_orchestration_layer_orchestration_sugg_85c5ebe3,node_agent_mmd_memory_vector_layer_memorylayer_sugges_267f408d,node_agent_mmd_orchestration_layer_orchestration_prom_d17b4de2,node_agent_mmd_llm_model_layer_llmlayer_prompt_contex_81f9066a,node_agent_mmd_tool_layer_toollayer_prompt_context_dr_a2772f2b,node_agent_mmd_memory_vector_layer_memorylayer_prompt_ae34fc43,node_agent_mmd_orchestration_layer_orchestration_prom_77088997,node_agent_mmd_llm_model_layer_llmlayer_prompt_contex_e5066b88,node_agent_mmd_tool_layer_toollayer_prompt_context_dr_bd82da46,node_agent_mmd_memory_vector_layer_memorylayer_prompt_efd77624,node_agent_mmd_llm_model_layer_llmlayer_prompt_contex_6426acc2,node_agent_mmd_memory_vector_layer_memorylayer_prompt_55c0d605,types_31_eb363e20,policy_1_fc4198db,node_agent_mmd_tool_layer_toollayer_runtime_card_code_3636ceac,node_agent_mmd_memory_vector_layer_memorylayer_runtim_a5d23e7f,cli_12_01c06c37,collector_0736fd5b,types_34_85e6a0bb,overload_guard_2748c559 memNode
